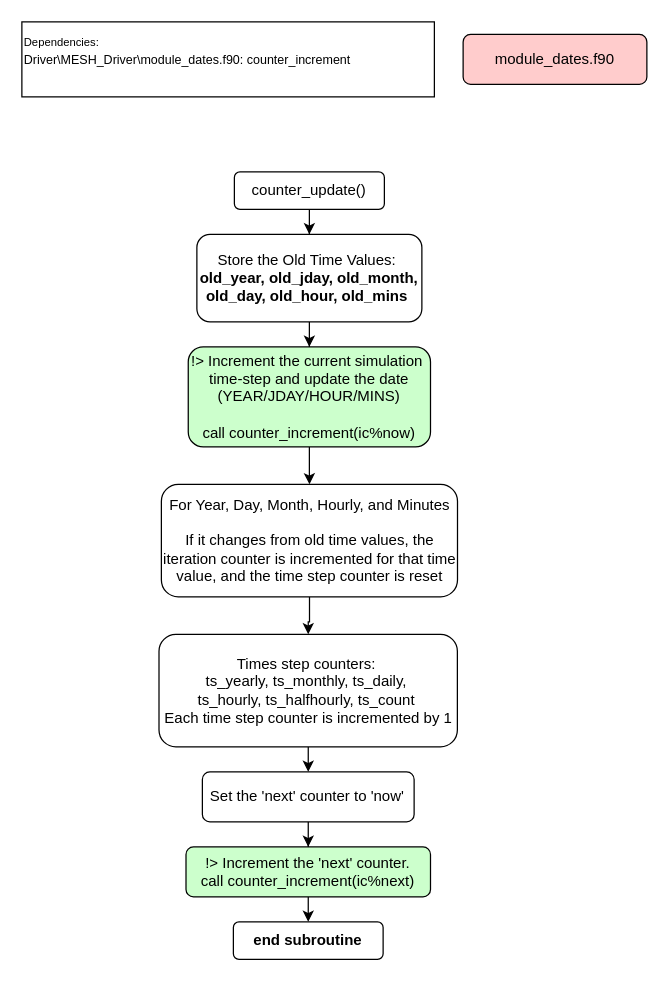
The draw.io diagram module_dates.drawio in MeshMapping/r1749_Mappings, before the edit. Source tidied: cells renumbered, new cells numbered last; positions are measured from the earlier drawing's top-left corner, leaving out a move shared by most shapes. Both pictures are drawn from the tidied source at 125%, with x=0, y=0 at pixel (21, 21).
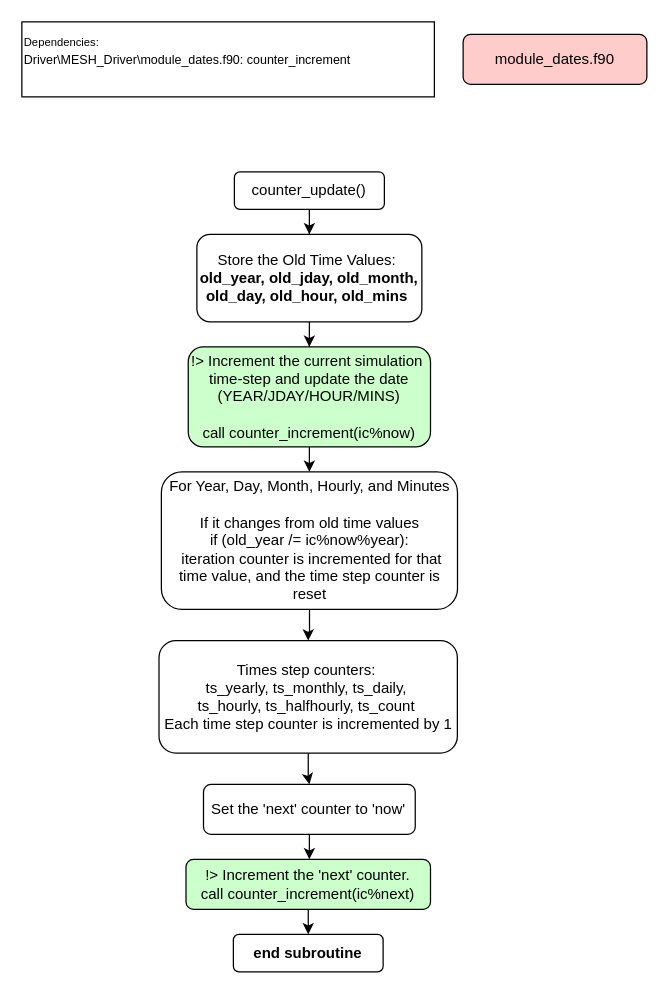
After the change.

Diff of the diagram source:
```diff
@@
 <mxGraphModel>
   <root>
     <mxCell id="0" />
     <mxCell id="1" parent="0" />
     <mxCell id="2" value="module_dates.f90" style="rounded=1;whiteSpace=wrap;html=1;fillColor=#FFCCCC;" parent="1" vertex="1">
       <mxGeometry x="353" y="10" width="147" height="40" as="geometry" />
     </mxCell>
     <mxCell id="3" value="&lt;div&gt;&lt;font style=&quot;font-size: 9px;&quot;&gt;Dependencies:&lt;/font&gt;&lt;/div&gt;&lt;div&gt;&lt;font style=&quot;&quot;&gt;&lt;font size=&quot;1&quot;&gt;Driver\MESH_Driver\module_dates.f90: counter_increment&lt;/font&gt;&lt;/font&gt;&lt;/div&gt;&lt;div&gt;&lt;br&gt;&lt;/div&gt;" style="rounded=0;whiteSpace=wrap;html=1;align=left;" parent="1" vertex="1">
       <mxGeometry width="330" height="60" as="geometry" />
     </mxCell>
     <mxCell id="4" style="edgeStyle=orthogonalEdgeStyle;rounded=0;jettySize=auto;html=1;" parent="1" edge="1" source="5" target="7">
       <mxGeometry relative="1" as="geometry" />
     </mxCell>
     <mxCell id="5" value="counter_update()" style="rounded=1;whiteSpace=wrap;html=1;" parent="1" vertex="1">
       <mxGeometry x="170" y="120" width="120" height="30" as="geometry" />
     </mxCell>
     <mxCell id="6" style="edgeStyle=orthogonalEdgeStyle;rounded=0;jettySize=auto;html=1;" parent="1" edge="1" source="7" target="9">
       <mxGeometry relative="1" as="geometry" />
     </mxCell>
     <mxCell id="7" value="Store the Old Time Values:&amp;nbsp;&lt;div&gt;&lt;b&gt;old_year, old_jday, old_month, old_day, old_hour, old_mins&lt;/b&gt;&amp;nbsp;&lt;/div&gt;" style="whiteSpace=wrap;html=1;rounded=1;" parent="1" vertex="1">
       <mxGeometry x="140" y="170" width="180" height="70" as="geometry" />
     </mxCell>
     <mxCell id="8" style="edgeStyle=orthogonalEdgeStyle;rounded=0;jettySize=auto;html=1;" parent="1" edge="1" source="9" target="11">
       <mxGeometry relative="1" as="geometry" />
     </mxCell>
     <mxCell id="9" value="&lt;div&gt;!&amp;gt;&amp;nbsp;Increment the current simulation&amp;nbsp; time-step and update the date (YEAR/JDAY/HOUR/MINS)&lt;/div&gt;&lt;div&gt;&lt;br&gt;&lt;/div&gt;call counter_increment(ic%now)" style="whiteSpace=wrap;html=1;rounded=1;fillColor=#CCFFCC;" parent="1" vertex="1">
       <mxGeometry x="133.1" y="260" width="193.8" height="80" as="geometry" />
     </mxCell>
     <mxCell id="10" style="edgeStyle=orthogonalEdgeStyle;rounded=0;jettySize=auto;html=1;" parent="1" edge="1" source="11" target="13">
       <mxGeometry relative="1" as="geometry" />
     </mxCell>
-    <mxCell id="11" value="&lt;div&gt;For Year, Day, Month, Hourly, and Minutes&lt;/div&gt;&lt;div&gt;&lt;br&gt;&lt;/div&gt;&lt;div&gt;If it changes from old time values, the iteration counter is incremented for that time value, and the time step counter is reset&lt;/div&gt;" style="whiteSpace=wrap;html=1;rounded=1;" parent="1" vertex="1">
-      <mxGeometry x="111.6" y="370" width="236.9" height="90" as="geometry" />
+    <mxCell id="11" value="&lt;div&gt;For Year, Day, Month, Hourly, and Minutes&lt;/div&gt;&lt;div&gt;&lt;br&gt;&lt;/div&gt;&lt;div&gt;If it changes from old time values&lt;/div&gt;&lt;div&gt;if (old_year /= ic%now%year):&lt;/div&gt;&lt;div&gt;&amp;nbsp;iteration counter is incremented for that time value, and the time step counter is reset&lt;/div&gt;" style="whiteSpace=wrap;html=1;rounded=1;" parent="1" vertex="1">
+      <mxGeometry x="111.6" y="360" width="236.9" height="110" as="geometry" />
     </mxCell>
     <mxCell id="12" style="edgeStyle=orthogonalEdgeStyle;rounded=0;jettySize=auto;html=1;" parent="1" edge="1" source="13" target="15">
       <mxGeometry relative="1" as="geometry" />
     </mxCell>
     <mxCell id="13" value="&lt;div&gt;Times step counters:&amp;nbsp;&lt;/div&gt;&lt;div&gt;ts_yearly,&amp;nbsp;ts_monthly,&amp;nbsp;ts_daily,&amp;nbsp;&lt;/div&gt;&lt;div&gt;ts_hourly,&amp;nbsp;ts_halfhourly,&amp;nbsp;&lt;span style=&quot;background-color: initial;&quot;&gt;ts_count&amp;nbsp;&lt;/span&gt;&lt;/div&gt;Each time step counter is incremented by 1" style="whiteSpace=wrap;html=1;rounded=1;" parent="1" vertex="1">
-      <mxGeometry x="109.7" y="490" width="238.7" height="90" as="geometry" />
+      <mxGeometry x="109.7" y="495" width="238.7" height="90" as="geometry" />
     </mxCell>
     <mxCell id="14" style="edgeStyle=orthogonalEdgeStyle;rounded=0;jettySize=auto;html=1;" parent="1" edge="1" source="15" target="17">
       <mxGeometry relative="1" as="geometry" />
     </mxCell>
     <mxCell id="15" value="Set the 'next' counter to 'now'" style="whiteSpace=wrap;html=1;rounded=1;" parent="1" vertex="1">
-      <mxGeometry x="144.4" y="600" width="169.4" height="40" as="geometry" />
+      <mxGeometry x="145.3" y="610" width="169.4" height="40" as="geometry" />
     </mxCell>
     <mxCell id="16" style="edgeStyle=orthogonalEdgeStyle;rounded=0;jettySize=auto;html=1;" parent="1" edge="1" source="17" target="18">
       <mxGeometry relative="1" as="geometry" />
     </mxCell>
     <mxCell id="17" value="&lt;div&gt;!&amp;gt; Increment the 'next' counter.&lt;/div&gt;&lt;div&gt;call counter_increment(ic%next)&lt;/div&gt;" style="whiteSpace=wrap;html=1;rounded=1;fillColor=#CCFFCC;" parent="1" vertex="1">
-      <mxGeometry x="131.3" y="660" width="195.6" height="40" as="geometry" />
+      <mxGeometry x="131.3" y="670" width="195.6" height="40" as="geometry" />
     </mxCell>
     <mxCell id="18" value="end subroutine" style="whiteSpace=wrap;html=1;fillColor=#FFFFFF;rounded=1;fontStyle=1;" parent="1" vertex="1">
-      <mxGeometry x="169.2" y="720" width="119.8" height="30" as="geometry" />
+      <mxGeometry x="169.2" y="730" width="119.8" height="30" as="geometry" />
     </mxCell>
   </root>
 </mxGraphModel>
```
